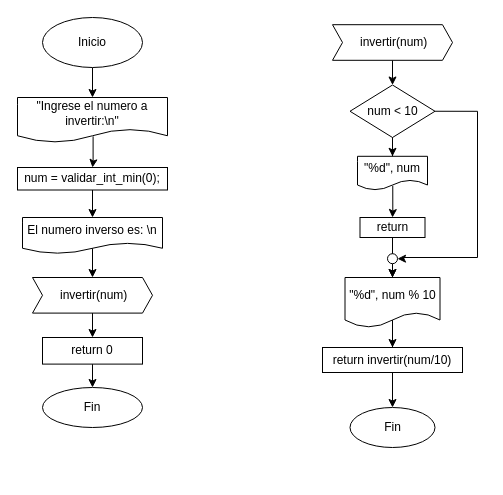
AADavilaGonzalez/tareas_ED keeps this draw.io diagram as fase2/actividad2/ej3/ej3.drawio. Above is the earlier version. Source tidied: cells renumbered, new cells numbered last; positions are measured from the earlier drawing's top-left corner, leaving out a move shared by most shapes. Both pictures are drawn from the tidied source at 100%, with x=0, y=0 at pixel (17, 17).
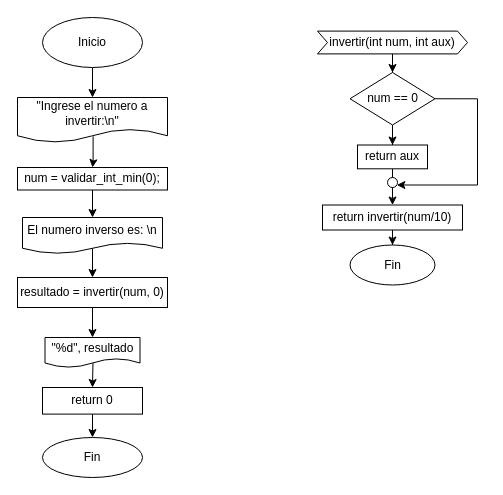
After the change.

Unchanged cells that the change refers to:
```xml
<mxCell id="9" value="El numero inverso es: \n" style="shape=document;whiteSpace=wrap;html=1;boundedLbl=1;" parent="1" vertex="1">
  <mxGeometry x="5" y="200" width="140" height="36.2" as="geometry" />
</mxCell>
```

What changed in the source:
```diff
@@
-    <mxCell id="8" style="edgeStyle=orthogonalEdgeStyle;rounded=0;jettySize=auto;html=1;exitX=0.5;exitY=0.828;exitDx=0;exitDy=0;exitPerimeter=0;" parent="1" edge="1" source="9" target="11">
-      <mxGeometry relative="1" as="geometry" />
-    </mxCell>
+    <mxCell id="31" style="edgeStyle=orthogonalEdgeStyle;rounded=0;jettySize=auto;html=1;exitX=0.5;exitY=0.828;exitDx=0;exitDy=0;exitPerimeter=0;" parent="1" edge="1" source="9" target="34">
+      <mxGeometry relative="1" as="geometry" />
+    </mxCell>
@@
-    <mxCell id="10" style="edgeStyle=orthogonalEdgeStyle;rounded=0;jettySize=auto;html=1;" parent="1" edge="1" source="11" target="13">
-      <mxGeometry relative="1" as="geometry" />
-    </mxCell>
-    <mxCell id="11" value="&amp;nbsp;invertir(num)" style="shape=step;perimeter=stepPerimeter;whiteSpace=wrap;html=1;fixedSize=1;size=10;" parent="1" vertex="1">
-      <mxGeometry x="15" y="260" width="120" height="35.6" as="geometry" />
-    </mxCell>
@@
     <mxCell id="13" value="return 0" style="whiteSpace=wrap;html=1;" parent="1" vertex="1">
-      <mxGeometry x="25" y="320" width="100" height="26.6" as="geometry" />
+      <mxGeometry x="25" y="370" width="100" height="26.6" as="geometry" />
     </mxCell>
     <mxCell id="14" value="Fin" style="ellipse;whiteSpace=wrap;html=1;" parent="1" vertex="1">
-      <mxGeometry x="25" y="370" width="100" height="40" as="geometry" />
+      <mxGeometry x="25" y="420" width="100" height="40" as="geometry" />
     </mxCell>
@@
-    <mxCell id="16" value="&amp;nbsp;invertir(num)" style="shape=step;perimeter=stepPerimeter;whiteSpace=wrap;html=1;fixedSize=1;size=10;" parent="1" vertex="1">
-      <mxGeometry x="315" y="7.2" width="120" height="35.6" as="geometry" />
+    <mxCell id="16" value="invertir(int num, int aux)" style="shape=step;perimeter=stepPerimeter;whiteSpace=wrap;html=1;fixedSize=1;size=10;" parent="1" vertex="1">
+      <mxGeometry x="300" y="13.6" width="150" height="22.8" as="geometry" />
     </mxCell>
-    <mxCell id="17" style="edgeStyle=orthogonalEdgeStyle;rounded=0;jettySize=auto;html=1;" parent="1" edge="1" source="19" target="21">
-      <mxGeometry relative="1" as="geometry" />
-    </mxCell>
-    <mxCell id="18" style="edgeStyle=orthogonalEdgeStyle;rounded=0;jettySize=auto;html=1;entryX=1;entryY=0.5;entryDx=0;entryDy=0;exitX=1;exitY=0.5;exitDx=0;exitDy=0;" parent="1" edge="1" source="19" target="27">
-      <mxGeometry relative="1" as="geometry">
-        <Array as="points">
-          <mxPoint x="460" y="94" />
-          <mxPoint x="460" y="240" />
-          <mxPoint x="385" y="240" />
-          <mxPoint x="385" y="241" />
-        </Array>
-      </mxGeometry>
-    </mxCell>
+    <mxCell id="32" style="edgeStyle=orthogonalEdgeStyle;rounded=0;jettySize=auto;html=1;" parent="1" edge="1" source="19" target="38">
+      <mxGeometry relative="1" as="geometry" />
+    </mxCell>
-    <mxCell id="19" value="num &amp;lt; 10" style="rhombus;whiteSpace=wrap;html=1;" parent="1" vertex="1">
-      <mxGeometry x="332.5" y="67.5" width="85" height="52.5" as="geometry" />
+    <mxCell id="19" value="num == 0" style="rhombus;whiteSpace=wrap;html=1;" parent="1" vertex="1">
+      <mxGeometry x="332.5" y="55" width="85" height="52.5" as="geometry" />
     </mxCell>
-    <mxCell id="20" style="edgeStyle=orthogonalEdgeStyle;rounded=0;jettySize=auto;html=1;exitX=0.504;exitY=0.869;exitDx=0;exitDy=0;exitPerimeter=0;" parent="1" edge="1" source="21" target="24">
-      <mxGeometry relative="1" as="geometry" />
-    </mxCell>
-    <mxCell id="21" value="&quot;%d&quot;, num" style="shape=document;whiteSpace=wrap;html=1;boundedLbl=1;" parent="1" vertex="1">
-      <mxGeometry x="340" y="138.8" width="70" height="33.8" as="geometry" />
-    </mxCell>
-    <mxCell id="22" style="edgeStyle=orthogonalEdgeStyle;rounded=0;jettySize=auto;html=1;" parent="1" edge="1" source="27" target="26">
-      <mxGeometry relative="1" as="geometry" />
-    </mxCell>
-    <mxCell id="23" style="edgeStyle=orthogonalEdgeStyle;rounded=0;jettySize=auto;html=1;" parent="1" edge="1" source="24">
-      <mxGeometry relative="1" as="geometry">
-        <mxPoint x="375" y="260" as="targetPoint" />
-      </mxGeometry>
-    </mxCell>
-    <mxCell id="24" value="return" style="whiteSpace=wrap;html=1;" parent="1" vertex="1">
-      <mxGeometry x="342.5" y="200" width="65" height="20" as="geometry" />
-    </mxCell>
-    <mxCell id="25" style="edgeStyle=orthogonalEdgeStyle;rounded=0;jettySize=auto;html=1;exitX=0.5;exitY=0.843;exitDx=0;exitDy=0;exitPerimeter=0;" parent="1" edge="1" source="26" target="29">
-      <mxGeometry relative="1" as="geometry" />
-    </mxCell>
-    <mxCell id="26" value="&quot;%d&quot;, num % 10" style="shape=document;whiteSpace=wrap;html=1;boundedLbl=1;" parent="1" vertex="1">
-      <mxGeometry x="327.5" y="260" width="95" height="50" as="geometry" />
-    </mxCell>
-    <mxCell id="27" style="ellipse;whiteSpace=wrap;html=1;" parent="1" vertex="1">
-      <mxGeometry x="370" y="236.2" width="10" height="10" as="geometry" />
-    </mxCell>
@@
     <mxCell id="29" value="return invertir(num/10)" style="whiteSpace=wrap;html=1;" parent="1" vertex="1">
-      <mxGeometry x="305" y="330" width="140" height="25" as="geometry" />
+      <mxGeometry x="305" y="187.5" width="140" height="25" as="geometry" />
     </mxCell>
     <mxCell id="30" value="Fin" style="ellipse;whiteSpace=wrap;html=1;" parent="1" vertex="1">
-      <mxGeometry x="332.5" y="390" width="85" height="40" as="geometry" />
+      <mxGeometry x="332.5" y="227.5" width="85" height="40" as="geometry" />
     </mxCell>
+    <mxCell id="33" style="edgeStyle=orthogonalEdgeStyle;rounded=0;jettySize=auto;html=1;" parent="1" edge="1" source="34" target="36">
+      <mxGeometry relative="1" as="geometry" />
+    </mxCell>
+    <mxCell id="34" value="resultado = invertir(num, 0)" style="rounded=0;whiteSpace=wrap;html=1;" parent="1" vertex="1">
+      <mxGeometry y="260" width="150" height="30" as="geometry" />
+    </mxCell>
+    <mxCell id="35" style="edgeStyle=orthogonalEdgeStyle;rounded=0;jettySize=auto;html=1;entryX=0.5;entryY=0;entryDx=0;entryDy=0;exitX=0.505;exitY=0.829;exitDx=0;exitDy=0;exitPerimeter=0;" parent="1" edge="1" source="36" target="13">
+      <mxGeometry relative="1" as="geometry" />
+    </mxCell>
+    <mxCell id="36" value="&quot;%d&quot;, resultado" style="shape=document;whiteSpace=wrap;html=1;boundedLbl=1;rounded=0;" parent="1" vertex="1">
+      <mxGeometry x="27.5" y="320" width="95" height="30" as="geometry" />
+    </mxCell>
+    <mxCell id="37" style="edgeStyle=orthogonalEdgeStyle;rounded=0;jettySize=auto;html=1;entryX=0.5;entryY=0;entryDx=0;entryDy=0;" parent="1" edge="1" source="38" target="29">
+      <mxGeometry relative="1" as="geometry" />
+    </mxCell>
+    <mxCell id="38" value="return aux" style="whiteSpace=wrap;html=1;" parent="1" vertex="1">
+      <mxGeometry x="340" y="127.5" width="70" height="23.8" as="geometry" />
+    </mxCell>
+    <mxCell id="39" style="edgeStyle=orthogonalEdgeStyle;rounded=0;jettySize=auto;html=1;exitX=1;exitY=0.5;exitDx=0;exitDy=0;" parent="1" edge="1" source="19" target="40">
+      <mxGeometry relative="1" as="geometry">
+        <Array as="points">
+          <mxPoint x="460" y="81.5" />
+          <mxPoint x="460" y="167.5" />
+          <mxPoint x="380" y="167.5" />
+        </Array>
+      </mxGeometry>
+    </mxCell>
+    <mxCell id="40" style="ellipse;whiteSpace=wrap;html=1;" parent="1" vertex="1">
+      <mxGeometry x="370" y="160" width="10" height="10" as="geometry" />
+    </mxCell>
```
